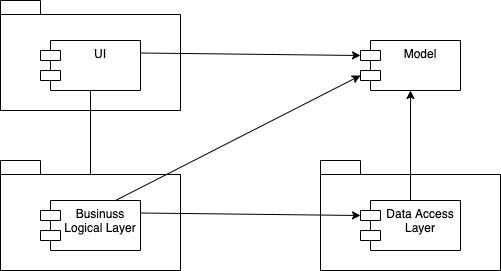
Earlier version of the draw.io export report/图片素材/MVC实现架构.png (xiahal/database_proj). Source tidied: cells renumbered, new cells last; positions are measured from the earlier drawing's top-left corner, leaving out a move shared by most shapes. Its diagram source:
```xml
<mxGraphModel>
  <root>
    <mxCell id="0" />
    <mxCell id="1" parent="0" />
    <mxCell id="2" value="package" style="shape=folder;fontStyle=1;spacingTop=10;tabWidth=40;tabHeight=14;tabPosition=left;html=1;" parent="1" vertex="1">
      <mxGeometry width="180" height="110" as="geometry" />
    </mxCell>
    <mxCell id="3" style="edgeStyle=orthogonalEdgeStyle;rounded=0;jettySize=auto;html=1;exitX=0.5;exitY=1;exitDx=0;exitDy=0;" parent="1" edge="1" source="4" target="7">
      <mxGeometry relative="1" as="geometry" />
    </mxCell>
    <mxCell id="4" value="UI" style="shape=module;align=left;spacingLeft=20;align=center;verticalAlign=top;" parent="1" vertex="1">
      <mxGeometry x="40" y="40" width="100" height="50" as="geometry" />
    </mxCell>
    <mxCell id="5" value="Model" style="shape=module;align=left;spacingLeft=20;align=center;verticalAlign=top;" parent="1" vertex="1">
      <mxGeometry x="360" y="40" width="100" height="50" as="geometry" />
    </mxCell>
    <mxCell id="6" value="package" style="shape=folder;fontStyle=1;spacingTop=10;tabWidth=40;tabHeight=14;tabPosition=left;html=1;" parent="1" vertex="1">
      <mxGeometry y="160" width="180" height="110" as="geometry" />
    </mxCell>
    <mxCell id="7" value="Businuss&#10;Logical Layer" style="shape=module;align=left;spacingLeft=20;align=center;verticalAlign=top;" parent="1" vertex="1">
      <mxGeometry x="40" y="200" width="100" height="50" as="geometry" />
    </mxCell>
    <mxCell id="8" value="package" style="shape=folder;fontStyle=1;spacingTop=10;tabWidth=40;tabHeight=14;tabPosition=left;html=1;" parent="1" vertex="1">
      <mxGeometry x="320" y="160" width="180" height="110" as="geometry" />
    </mxCell>
    <mxCell id="9" style="edgeStyle=orthogonalEdgeStyle;rounded=0;jettySize=auto;html=1;exitX=0.5;exitY=0;exitDx=0;exitDy=0;entryX=0.5;entryY=1;entryDx=0;entryDy=0;" parent="1" edge="1" source="10" target="5">
      <mxGeometry relative="1" as="geometry" />
    </mxCell>
    <mxCell id="10" value="Data Access&#10;Layer" style="shape=module;align=left;spacingLeft=20;align=center;verticalAlign=top;" parent="1" vertex="1">
      <mxGeometry x="360" y="200" width="100" height="50" as="geometry" />
    </mxCell>
    <mxCell id="11" style="endArrow=classic;html=1;exitX=1;exitY=0.25;exitDx=0;exitDy=0;entryX=0;entryY=0;entryDx=0;entryDy=15;entryPerimeter=0;" parent="1" edge="1" source="7" target="10">
      <mxGeometry relative="1" as="geometry" />
    </mxCell>
    <mxCell id="12" style="endArrow=classic;html=1;exitX=0.75;exitY=0;exitDx=0;exitDy=0;entryX=0;entryY=0;entryDx=0;entryDy=35;entryPerimeter=0;" parent="1" edge="1" source="7" target="5">
      <mxGeometry relative="1" as="geometry" />
    </mxCell>
    <mxCell id="13" style="endArrow=classic;html=1;exitX=1;exitY=0.25;exitDx=0;exitDy=0;entryX=0;entryY=0;entryDx=0;entryDy=15;entryPerimeter=0;" parent="1" edge="1" source="4" target="5">
      <mxGeometry relative="1" as="geometry" />
    </mxCell>
  </root>
</mxGraphModel>
```
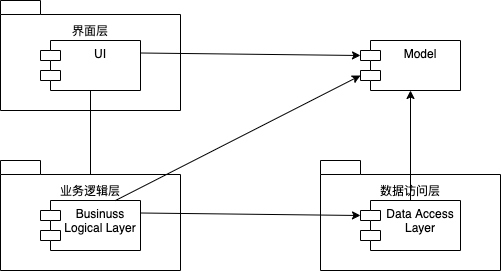
After the change.

What changed in the source:
```diff
@@ -38,5 +38,14 @@
     <mxCell id="13" style="endArrow=classic;html=1;exitX=1;exitY=0.25;exitDx=0;exitDy=0;entryX=0;entryY=0;entryDx=0;entryDy=15;entryPerimeter=0;" parent="1" edge="1" source="4" target="5">
       <mxGeometry relative="1" as="geometry" />
     </mxCell>
+    <mxCell id="14" value="界面层" style="text;html=1;strokeColor=none;fillColor=none;align=center;verticalAlign=middle;whiteSpace=wrap;rounded=0;" parent="1" vertex="1">
+      <mxGeometry x="70" y="20" width="40" height="20" as="geometry" />
+    </mxCell>
+    <mxCell id="15" value="业务逻辑层" style="text;html=1;strokeColor=none;fillColor=none;align=center;verticalAlign=middle;whiteSpace=wrap;rounded=0;" parent="1" vertex="1">
+      <mxGeometry x="50" y="180" width="80" height="20" as="geometry" />
+    </mxCell>
+    <mxCell id="16" value="数据访问层" style="text;html=1;strokeColor=none;fillColor=none;align=center;verticalAlign=middle;whiteSpace=wrap;rounded=0;" parent="1" vertex="1">
+      <mxGeometry x="370" y="180" width="80" height="20" as="geometry" />
+    </mxCell>
   </root>
 </mxGraphModel>
```
